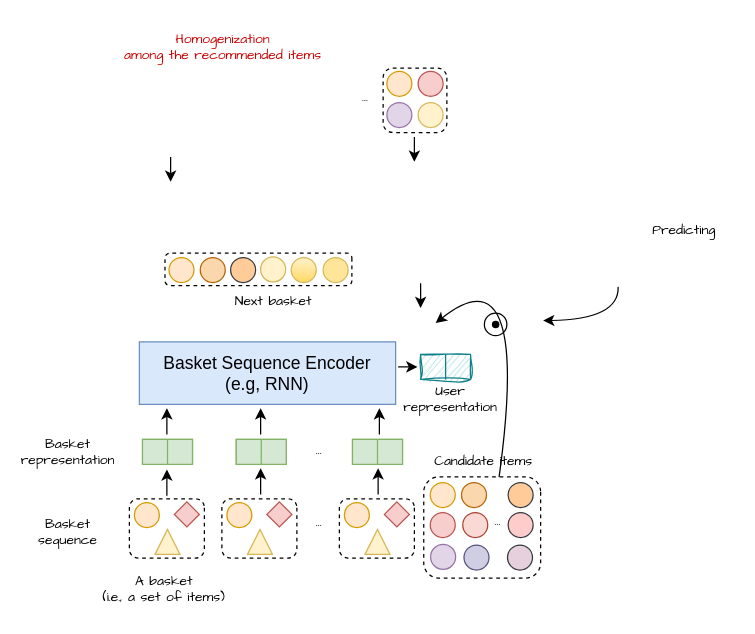
Earlier version of the draw.io diagram issue.drawio (wenqisun/data). Source tidied: cells renumbered, new cells numbered last; positions are measured from the earlier drawing's top-left corner, leaving out a move shared by most shapes. Both pictures are drawn from the tidied source at 125%, with x=0, y=0 at pixel (30, 28).
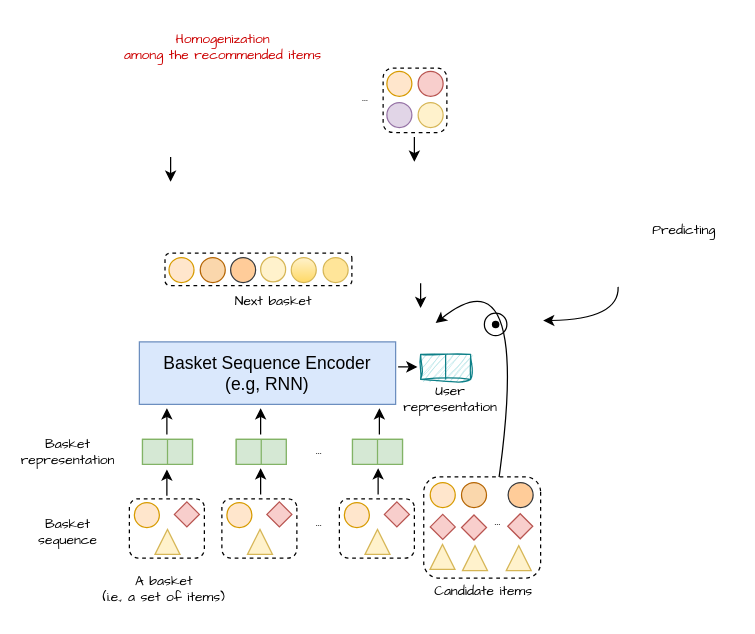
Above is the later version.

The change refers to these unchanged cells:
```xml
<mxCell id="32" style="group;" parent="1" vertex="1">
  <mxGeometry x="314.5" y="358" width="103" height="81" as="geometry" />
</mxCell>
```

Change to the diagram source:
```diff
@@
-    <mxCell id="36" style="ellipse;whiteSpace=wrap;html=1;fillColor=#f8cecc;strokeColor=#b85450;" parent="32" vertex="1">
-      <mxGeometry x="5.2" y="29.5" width="20" height="20" as="geometry" />
-    </mxCell>
-    <mxCell id="37" style="ellipse;whiteSpace=wrap;html=1;fillColor=#fad9d5;strokeColor=#ae4132;" parent="32" vertex="1">
-      <mxGeometry x="31.2" y="29.5" width="20" height="20" as="geometry" />
-    </mxCell>
-    <mxCell id="38" style="ellipse;whiteSpace=wrap;html=1;fillColor=#ffcccc;strokeColor=#36393d;" parent="32" vertex="1">
-      <mxGeometry x="67.5" y="29.5" width="20" height="20" as="geometry" />
-    </mxCell>
@@
-    <mxCell id="41" style="ellipse;whiteSpace=wrap;html=1;fillColor=#e1d5e7;strokeColor=#9673a6;" parent="32" vertex="1">
-      <mxGeometry x="5.5" y="55" width="20" height="20" as="geometry" />
-    </mxCell>
-    <mxCell id="42" style="ellipse;whiteSpace=wrap;html=1;fillColor=#d0cee2;strokeColor=#56517e;" parent="32" vertex="1">
-      <mxGeometry x="32.2" y="55.5" width="20" height="20" as="geometry" />
-    </mxCell>
-    <mxCell id="43" style="ellipse;whiteSpace=wrap;html=1;fillColor=#E6D0DE;strokeColor=#36393d;" parent="32" vertex="1">
-      <mxGeometry x="67" y="55.5" width="20" height="20" as="geometry" />
-    </mxCell>
     <mxCell id="44" value="&lt;p style=&quot;line-height: 0%;&quot;&gt;&lt;span style=&quot;font-size: 11px; font-family: &amp;quot;Comic Sans MS&amp;quot;; background-color: initial;&quot;&gt;Candidate items&lt;/span&gt;&lt;/p&gt;" style="text;strokeColor=none;align=center;fillColor=none;html=1;verticalAlign=middle;whiteSpace=wrap;rounded=0;dashed=1;" parent="32" vertex="1">
-      <mxGeometry x="-4" y="-29" width="103" height="33.5" as="geometry" />
+      <mxGeometry x="-4" y="75" width="103" height="33.5" as="geometry" />
     </mxCell>
+    <mxCell id="77" style="rhombus;whiteSpace=wrap;html=1;fontFamily=Comic Sans MS;fontSize=14;fillColor=#f8cecc;strokeColor=#b85450;" parent="32" vertex="1">
+      <mxGeometry x="5.2" y="31" width="20" height="20" as="geometry" />
+    </mxCell>
+    <mxCell id="78" style="rhombus;whiteSpace=wrap;html=1;fontFamily=Comic Sans MS;fontSize=14;fillColor=#f8cecc;strokeColor=#b85450;" parent="32" vertex="1">
+      <mxGeometry x="30.2" y="31.5" width="20" height="20" as="geometry" />
+    </mxCell>
@@
+    <mxCell id="79" style="rhombus;whiteSpace=wrap;html=1;fontFamily=Comic Sans MS;fontSize=14;fillColor=#f8cecc;strokeColor=#b85450;" parent="1" vertex="1">
+      <mxGeometry x="381.7" y="388.5" width="20" height="20" as="geometry" />
+    </mxCell>
+    <mxCell id="80" style="triangle;whiteSpace=wrap;html=1;fontFamily=Comic Sans MS;fontSize=14;direction=north;fillColor=#fff2cc;strokeColor=#d6b656;" parent="1" vertex="1">
+      <mxGeometry x="319.5" y="413" width="20" height="20" as="geometry" />
+    </mxCell>
+    <mxCell id="81" style="triangle;whiteSpace=wrap;html=1;fontFamily=Comic Sans MS;fontSize=14;direction=north;fillColor=#fff2cc;strokeColor=#d6b656;" parent="1" vertex="1">
+      <mxGeometry x="345.5" y="414" width="20" height="20" as="geometry" />
+    </mxCell>
+    <mxCell id="82" style="triangle;whiteSpace=wrap;html=1;fontFamily=Comic Sans MS;fontSize=14;direction=north;fillColor=#fff2cc;strokeColor=#d6b656;" parent="1" vertex="1">
+      <mxGeometry x="380.5" y="414" width="20" height="20" as="geometry" />
+    </mxCell>
```
